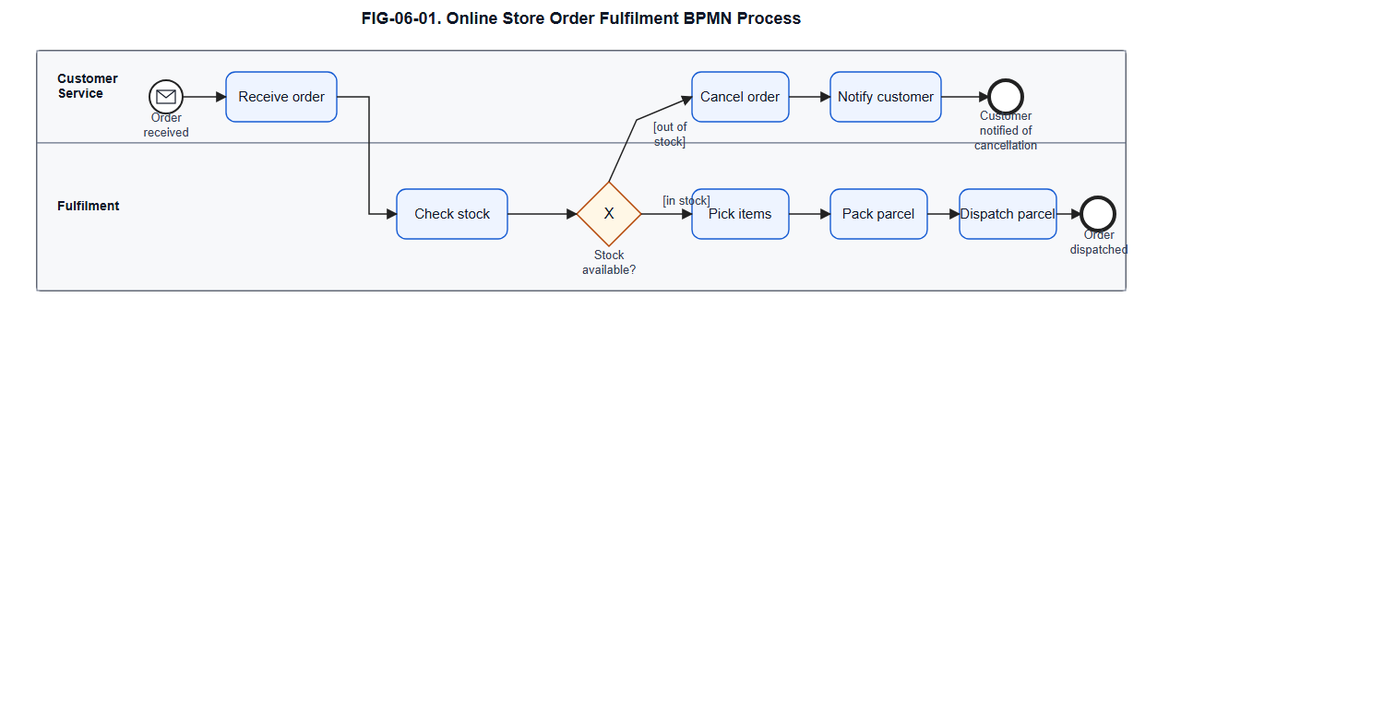
nishikanttiwari01/Architecture_Modelling keeps this BPMN diagram as diagrams/exported/png/FIG-06-01-online-store-order-fulfilment-process.png. Above is the earlier version. Its source is kept beside it as diagrams/source/bpmn/FIG-06-01-online-store-order-fulfilment-process.bpmn. Ids are renumbered.
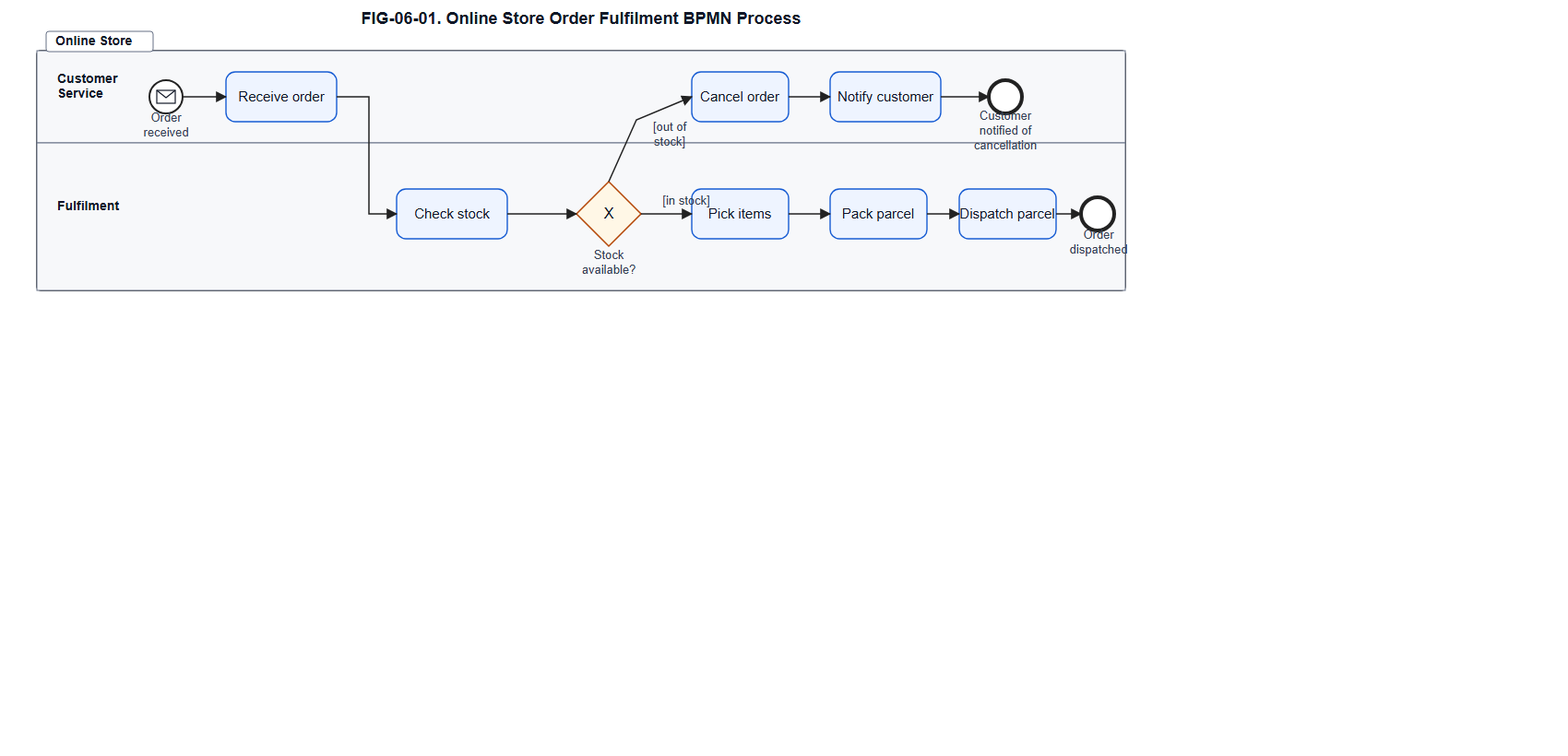
The same file after the commit.

The edit, as a diff of the source:
```diff
@@ -1,4 +1,4 @@
-<bpmn:definitions xmlns:bpmn="http://www.omg.org/spec/BPMN/20100524/MODEL" xmlns:bpmndi="http://www.omg.org/spec/BPMN/20100524/DI" xmlns:dc="http://www.omg.org/spec/DD/20100524/DC" xmlns:di="http://www.omg.org/spec/DD/20100524/DI" id="Definitions_FIG_06_01" targetNamespace="https://example.local/architecture-modelling/chapter-06">
+<bpmn:definitions xmlns:bpmn="http://www.omg.org/spec/BPMN/20100524/MODEL" xmlns:bpmndi="http://www.omg.org/spec/BPMN/20100524/DI" xmlns:dc="http://www.omg.org/spec/DD/20100524/DC" xmlns:di="http://www.omg.org/spec/DD/20100524/DI" id="Definitions_FIG_06_01" targetNamespace="https://example.local/architecture-modelling/chapter-06" exporter="Camunda Modeler" exporterVersion="5.48.0">
   <bpmn:message id="Message_OrderReceived" name="Order received" />
   <bpmn:collaboration id="Collaboration_OnlineStoreOrderFulfilment" name="Online Store order fulfilment">
     <bpmn:participant id="Participant_OnlineStore" name="Online Store" processRef="Process_OnlineStoreOrderFulfilment" />
```
